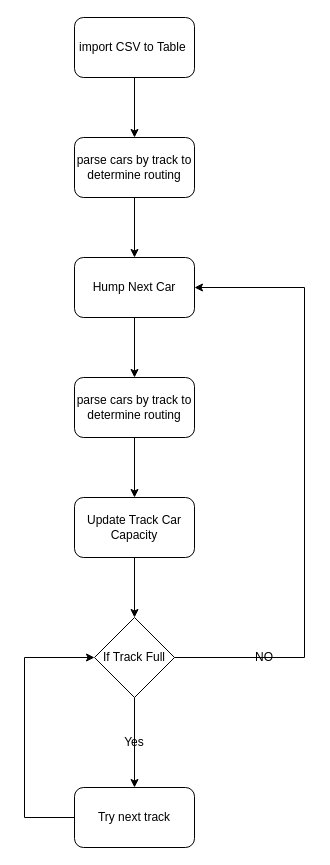
Earlier version of the draw.io diagram documents/python hump operation.drawio (awhalley001/CSCI_4830_Group_Project). Source tidied: cells renumbered, new cells numbered last; positions are measured from the earlier drawing's top-left corner, leaving out a move shared by most shapes. Both pictures are drawn from the tidied source at 100%, with x=0, y=0 at pixel (24, 17).
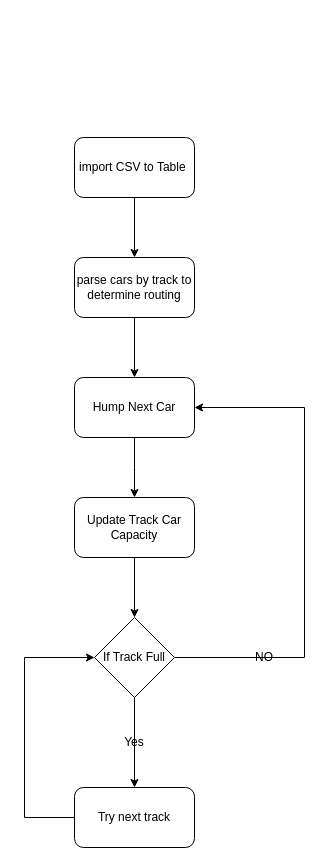
Above is the later version.

Commit message (it also covers changes not shown here):
diagrams and things have been added for the srs

Unchanged cells that the change refers to:
```xml
<mxCell id="9" value="Update Track Car Capacity" style="rounded=1;whiteSpace=wrap;html=1;" parent="1" vertex="1">
  <mxGeometry x="50" y="480" width="120" height="60" as="geometry" />
</mxCell>
<mxCell id="12" value="If Track Full" style="rhombus;whiteSpace=wrap;html=1;" parent="1" vertex="1">
  <mxGeometry x="70" y="600" width="80" height="80" as="geometry" />
</mxCell>
```

Change to the diagram source:
```diff
@@
     <mxCell id="3" value="import CSV to Table&amp;nbsp;" style="rounded=1;whiteSpace=wrap;html=1;" parent="1" vertex="1">
-      <mxGeometry x="50" width="120" height="60" as="geometry" />
+      <mxGeometry x="50" y="120" width="120" height="60" as="geometry" />
     </mxCell>
@@
     <mxCell id="5" value="parse cars by track to determine routing" style="rounded=1;whiteSpace=wrap;html=1;" parent="1" vertex="1">
-      <mxGeometry x="50" y="120" width="120" height="60" as="geometry" />
+      <mxGeometry x="50" y="240" width="120" height="60" as="geometry" />
     </mxCell>
-    <mxCell id="6" style="edgeStyle=orthogonalEdgeStyle;rounded=0;jettySize=auto;html=1;entryX=0.5;entryY=0;entryDx=0;entryDy=0;" parent="1" edge="1" source="7" target="14">
-      <mxGeometry relative="1" as="geometry" />
+    <mxCell id="6" style="edgeStyle=orthogonalEdgeStyle;rounded=0;jettySize=auto;html=1;entryX=0.5;entryY=0;entryDx=0;entryDy=0;" parent="1" edge="1" source="7">
+      <mxGeometry relative="1" as="geometry">
+        <mxPoint x="110" y="480" as="targetPoint" />
+      </mxGeometry>
     </mxCell>
     <mxCell id="7" value="Hump Next Car" style="rounded=1;whiteSpace=wrap;html=1;" parent="1" vertex="1">
-      <mxGeometry x="50" y="240" width="120" height="60" as="geometry" />
+      <mxGeometry x="50" y="360" width="120" height="60" as="geometry" />
     </mxCell>
@@
     <mxCell id="10" style="edgeStyle=orthogonalEdgeStyle;rounded=0;jettySize=auto;html=1;entryX=1;entryY=0.5;entryDx=0;entryDy=0;exitX=1;exitY=0.5;exitDx=0;exitDy=0;" parent="1" edge="1" source="12" target="7">
       <mxGeometry relative="1" as="geometry">
         <Array as="points">
           <mxPoint x="280" y="640" />
-          <mxPoint x="280" y="270" />
+          <mxPoint x="280" y="390" />
         </Array>
       </mxGeometry>
     </mxCell>
@@
-    <mxCell id="13" style="edgeStyle=orthogonalEdgeStyle;rounded=0;jettySize=auto;html=1;entryX=0.5;entryY=0;entryDx=0;entryDy=0;" parent="1" edge="1" source="14" target="9">
-      <mxGeometry relative="1" as="geometry" />
-    </mxCell>
-    <mxCell id="14" value="parse cars by track to determine routing" style="rounded=1;whiteSpace=wrap;html=1;" parent="1" vertex="1">
-      <mxGeometry x="50" y="360" width="120" height="60" as="geometry" />
-    </mxCell>
```
